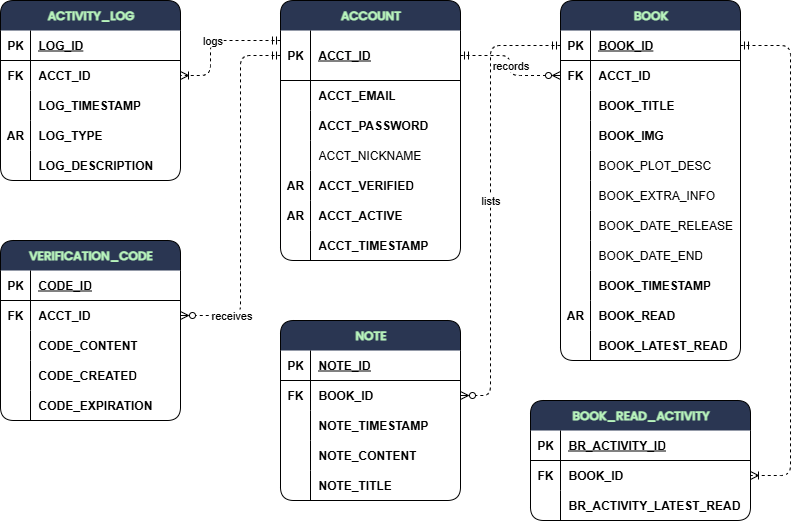
The draw.io diagram documents/ERD/NoteStrip ERD.png in teruteruOuO/NoteStrip, before a commit. Source tidied: cells renumbered, new cells last; positions are measured from the earlier drawing's top-left corner, leaving out a move shared by most shapes.
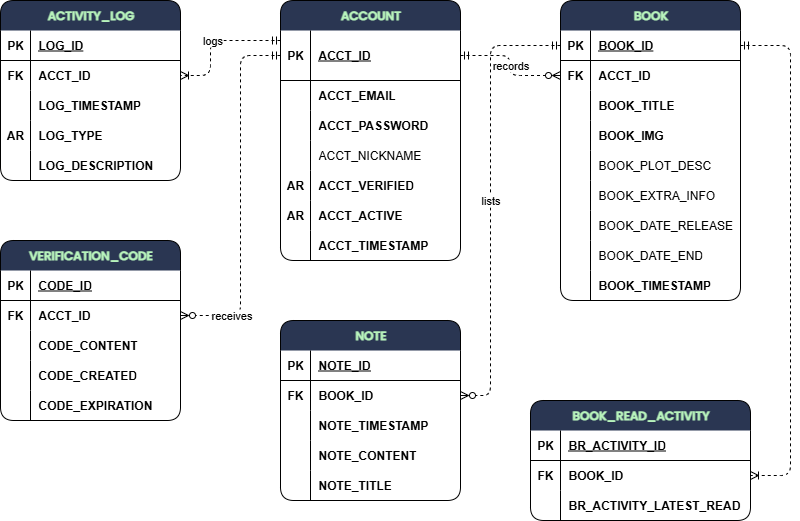
Later version of the same file.

Commit message:
Implemented add and delete api functions for a book's notes

What changed in the source:
```diff
@@ -165,7 +165,7 @@
       <mxGeometry x="30" width="150" height="30" as="geometry" />
     </mxCell>
     <mxCell id="56" value="BOOK" style="shape=table;startSize=30;rowLines=0;fontStyle=1;align=center;html=1;fillColor=#2A3652;fontColor=#B8F4BC;labelBackgroundColor=none;labelBorderColor=none;swimlaneFillColor=none;rounded=1;shadow=0;fillStyle=solid;swimlaneLine=0;fontFamily=Poppins;fontSource=https%3A%2F%2Ffonts.googleapis.com%2Fcss%3Ffamily%3DPoppins;" parent="1" vertex="1">
-      <mxGeometry x="560" width="180" height="360" as="geometry" />
+      <mxGeometry x="560" width="180" height="300" as="geometry" />
     </mxCell>
     <mxCell id="57" style="shape=tableRow;horizontal=0;startSize=0;swimlaneHead=0;swimlaneBody=0;fillColor=none;points=[[0,0.5],[1,0.5]];portConstraint=eastwest;top=0;left=0;right=0;bottom=1;swimlaneFillColor=none;" parent="56" vertex="1">
       <mxGeometry y="30" width="180" height="30" as="geometry" />
@@ -248,24 +248,6 @@
     <mxCell id="83" value="&lt;span&gt;&lt;b&gt;BOOK_TIMESTAMP&lt;/b&gt;&lt;/span&gt;" style="shape=partialRectangle;fillColor=none;top=0;left=0;bottom=0;right=0;align=left;spacingLeft=6;overflow=hidden;whiteSpace=wrap;html=1;swimlaneFillColor=none;fontStyle=0;" parent="81" vertex="1">
       <mxGeometry x="30" width="150" height="30" as="geometry" />
     </mxCell>
-    <mxCell id="84" style="shape=tableRow;horizontal=0;startSize=0;swimlaneHead=0;swimlaneBody=0;fillColor=none;top=0;left=0;right=0;bottom=0;swimlaneFillColor=none;" parent="56" vertex="1">
-      <mxGeometry y="300" width="180" height="30" as="geometry" />
-    </mxCell>
-    <mxCell id="85" value="&lt;b&gt;AR&lt;/b&gt;" style="shape=partialRectangle;fillColor=none;top=0;left=0;bottom=0;right=0;overflow=hidden;whiteSpace=wrap;html=1;swimlaneFillColor=none;" parent="84" vertex="1">
-      <mxGeometry width="30" height="30" as="geometry" />
-    </mxCell>
-    <mxCell id="86" value="&lt;b&gt;BOOK_READ&lt;/b&gt;" style="shape=partialRectangle;fillColor=none;top=0;left=0;bottom=0;right=0;align=left;spacingLeft=6;overflow=hidden;whiteSpace=wrap;html=1;swimlaneFillColor=none;fontStyle=0;" parent="84" vertex="1">
-      <mxGeometry x="30" width="150" height="30" as="geometry" />
-    </mxCell>
-    <mxCell id="87" style="shape=tableRow;horizontal=0;startSize=0;swimlaneHead=0;swimlaneBody=0;fillColor=none;top=0;left=0;right=0;bottom=0;swimlaneFillColor=none;" parent="56" vertex="1">
-      <mxGeometry y="330" width="180" height="30" as="geometry" />
-    </mxCell>
-    <mxCell id="88" style="shape=partialRectangle;fillColor=none;top=0;left=0;bottom=0;right=0;overflow=hidden;whiteSpace=wrap;html=1;swimlaneFillColor=none;" parent="87" vertex="1">
-      <mxGeometry width="30" height="30" as="geometry" />
-    </mxCell>
-    <mxCell id="89" value="BOOK_LATEST_READ" style="shape=partialRectangle;fillColor=none;top=0;left=0;bottom=0;right=0;align=left;spacingLeft=6;overflow=hidden;whiteSpace=wrap;html=1;swimlaneFillColor=none;fontStyle=1;" parent="87" vertex="1">
-      <mxGeometry x="30" width="150" height="30" as="geometry" />
-    </mxCell>
     <mxCell id="90" value="logs" style="edgeStyle=orthogonalEdgeStyle;rounded=1;jettySize=auto;html=1;entryX=1;entryY=0.5;entryDx=0;entryDy=0;curved=0;endArrow=ERoneToMany;endFill=0;dashed=1;startArrow=ERmandOne;startFill=0;" parent="1" edge="1" source="3" target="44">
       <mxGeometry relative="1" as="geometry">
         <Array as="points">
```
